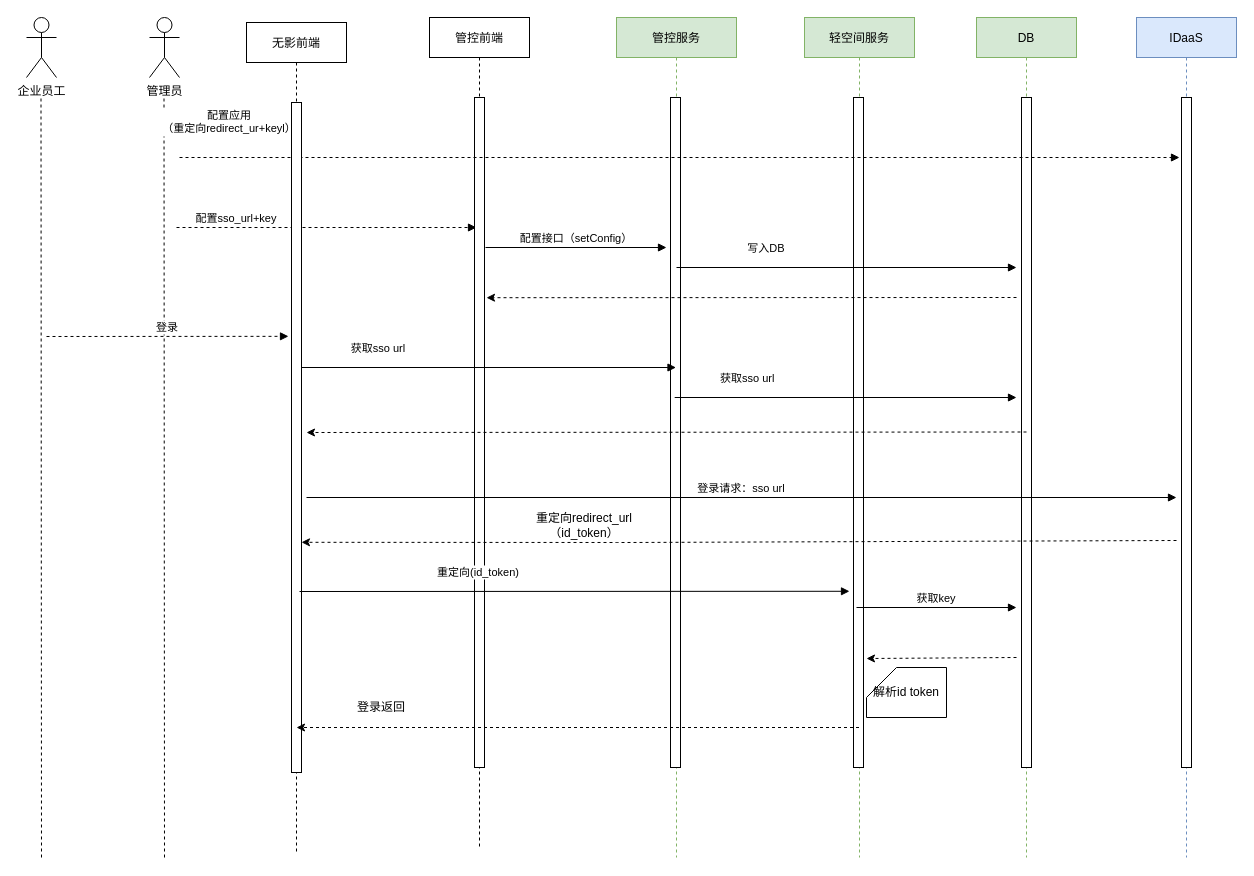
The draw.io diagram Idaas_flow.drawio in chenkangzeng/appstreaming, before the edit. Source tidied: cells renumbered, new cells numbered last; positions are measured from the earlier drawing's top-left corner, leaving out a move shared by most shapes. Both pictures are drawn from the tidied source at 100%, with x=0, y=0 at pixel (26, 17).
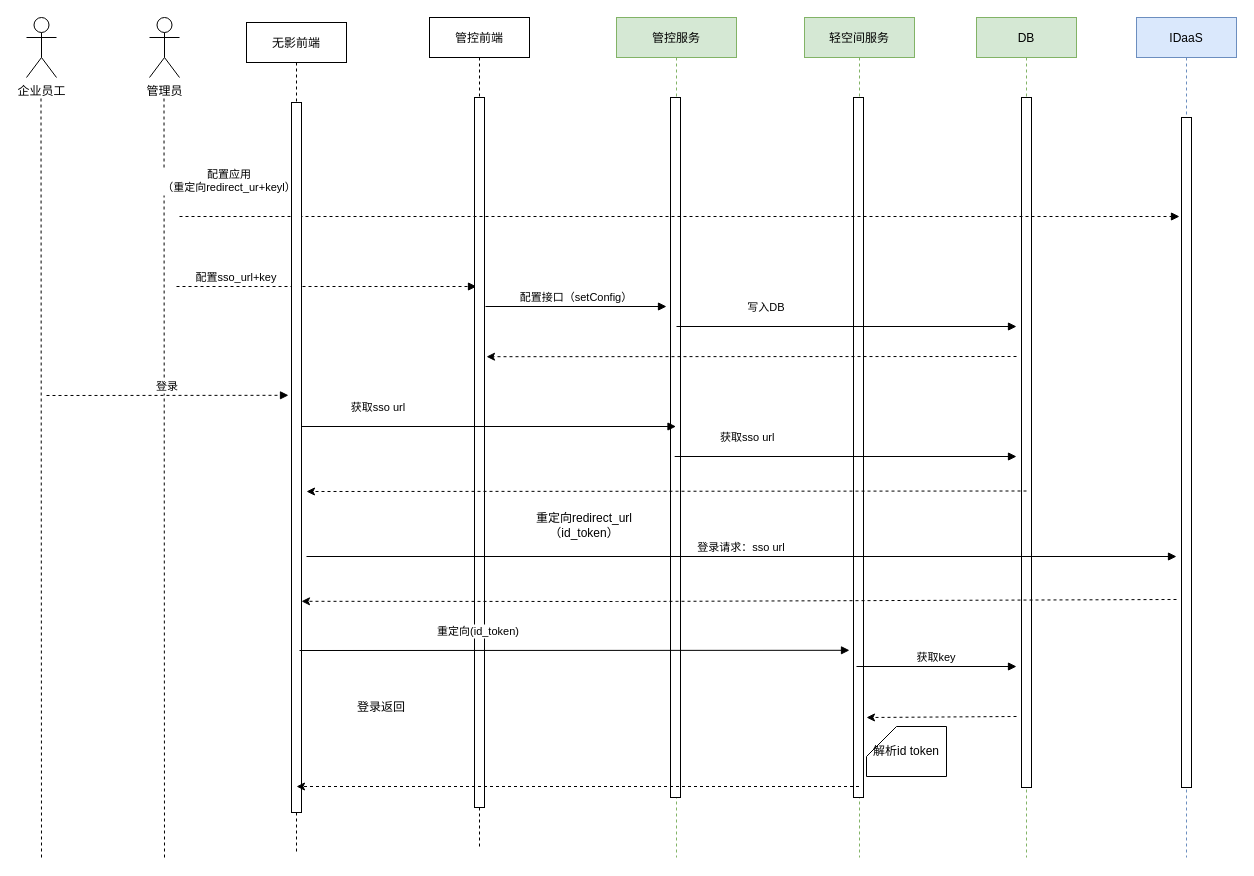
The same diagram, later.

The change refers to these unchanged cells:
```xml
<mxCell id="2" value="管控服务" style="shape=umlLifeline;perimeter=lifelinePerimeter;rounded=0;shadow=0;strokeWidth=1;fillColor=#d5e8d4;strokeColor=#82b366;" parent="1" vertex="1">
  <mxGeometry x="590" width="120" height="840" as="geometry" />
</mxCell>
<mxCell id="6" value="轻空间服务" style="shape=umlLifeline;perimeter=lifelinePerimeter;rounded=0;shadow=0;strokeWidth=1;fillColor=#d5e8d4;strokeColor=#82b366;" parent="1" vertex="1">
  <mxGeometry x="778" width="110" height="840" as="geometry" />
</mxCell>
<mxCell id="8" value="DB" style="shape=umlLifeline;perimeter=lifelinePerimeter;rounded=0;shadow=0;strokeWidth=1;fillColor=#d5e8d4;strokeColor=#82b366;" parent="1" vertex="1">
  <mxGeometry x="950" width="100" height="840" as="geometry" />
</mxCell>
<mxCell id="12" value="管控前端" style="shape=umlLifeline;perimeter=lifelinePerimeter;rounded=0;shadow=0;strokeWidth=1;" parent="1" vertex="1">
  <mxGeometry x="403" width="100" height="830" as="geometry" />
</mxCell>
<mxCell id="16" value="IDaaS" style="shape=umlLifeline;perimeter=lifelinePerimeter;rounded=0;shadow=0;strokeWidth=1;fillColor=#dae8fc;strokeColor=#6c8ebf;" parent="1" vertex="1">
  <mxGeometry x="1110" width="100" height="840" as="geometry" />
</mxCell>
<mxCell id="22" value="无影前端" style="shape=umlLifeline;perimeter=lifelinePerimeter;rounded=0;shadow=0;strokeWidth=1;" parent="1" vertex="1">
  <mxGeometry x="220" y="5" width="100" height="830" as="geometry" />
</mxCell>
```

What changed in the source:
```diff
@@
     <mxCell id="3" style="perimeter=orthogonalPerimeter;rounded=0;shadow=0;strokeWidth=1;" parent="2" vertex="1">
-      <mxGeometry x="54" y="80" width="10" height="670" as="geometry" />
+      <mxGeometry x="54" y="80" width="10" height="700" as="geometry" />
     </mxCell>
@@
     <mxCell id="7" style="points=[];perimeter=orthogonalPerimeter;rounded=0;shadow=0;strokeWidth=1;" parent="6" vertex="1">
-      <mxGeometry x="49" y="80" width="10" height="670" as="geometry" />
+      <mxGeometry x="49" y="80" width="10" height="700" as="geometry" />
     </mxCell>
@@
     <mxCell id="9" style="perimeter=orthogonalPerimeter;rounded=0;shadow=0;strokeWidth=1;" parent="8" vertex="1">
-      <mxGeometry x="45" y="80" width="10" height="670" as="geometry" />
+      <mxGeometry x="45" y="80" width="10" height="690" as="geometry" />
     </mxCell>
     <mxCell id="10" value="配置sso_url+key" style="verticalAlign=bottom;endArrow=block;shadow=0;strokeWidth=1;dashed=1;" parent="1" edge="1">
       <mxGeometry x="-0.6" relative="1" as="geometry">
-        <mxPoint x="150" y="210" as="sourcePoint" />
-        <mxPoint x="450" y="210" as="targetPoint" />
+        <mxPoint x="150" y="269" as="sourcePoint" />
+        <mxPoint x="450" y="269" as="targetPoint" />
       </mxGeometry>
     </mxCell>
-    <mxCell id="11" value="登录" style="verticalAlign=bottom;endArrow=block;shadow=0;strokeWidth=1;entryX=-0.3;entryY=0.349;entryDx=0;entryDy=0;entryPerimeter=0;dashed=1;" parent="1" edge="1" target="23">
+    <mxCell id="11" value="登录" style="verticalAlign=bottom;endArrow=block;shadow=0;strokeWidth=1;entryX=-0.3;entryY=0.349;entryDx=0;entryDy=0;entryPerimeter=0;dashed=1;" parent="1" edge="1">
       <mxGeometry relative="1" as="geometry">
-        <mxPoint x="20" y="319" as="sourcePoint" />
+        <mxPoint x="20" y="378" as="sourcePoint" />
+        <mxPoint x="262" y="377.8" as="targetPoint" />
       </mxGeometry>
     </mxCell>
@@
     <mxCell id="13" style="perimeter=orthogonalPerimeter;rounded=0;shadow=0;strokeWidth=1;" parent="12" vertex="1">
-      <mxGeometry x="45" y="80" width="10" height="670" as="geometry" />
+      <mxGeometry x="45" y="80" width="10" height="710" as="geometry" />
     </mxCell>
     <mxCell id="14" value="配置接口（setConfig）" style="verticalAlign=bottom;endArrow=block;shadow=0;strokeWidth=1;" parent="1" edge="1">
       <mxGeometry relative="1" as="geometry">
-        <mxPoint x="459" y="230" as="sourcePoint" />
-        <mxPoint x="640" y="230" as="targetPoint" />
+        <mxPoint x="459" y="289" as="sourcePoint" />
+        <mxPoint x="640" y="289" as="targetPoint" />
       </mxGeometry>
     </mxCell>
-    <mxCell id="15" value="获取sso url" style="verticalAlign=bottom;endArrow=block;shadow=0;strokeWidth=1;" parent="1" edge="1" target="2">
+    <mxCell id="15" value="获取sso url" style="verticalAlign=bottom;endArrow=block;shadow=0;strokeWidth=1;" parent="1" edge="1">
       <mxGeometry x="-0.57" y="10" relative="1" as="geometry">
-        <mxPoint x="270" y="350" as="sourcePoint" />
+        <mxPoint x="270" y="409" as="sourcePoint" />
+        <mxPoint x="649.5" y="409" as="targetPoint" />
       </mxGeometry>
     </mxCell>
@@
     <mxCell id="17" style="perimeter=orthogonalPerimeter;rounded=0;shadow=0;strokeWidth=1;" parent="16" vertex="1">
-      <mxGeometry x="45" y="80" width="10" height="670" as="geometry" />
+      <mxGeometry x="45" y="100" width="10" height="670" as="geometry" />
     </mxCell>
     <mxCell id="18" value="写入DB" style="verticalAlign=bottom;endArrow=block;shadow=0;strokeWidth=1;" parent="1" edge="1">
       <mxGeometry x="-0.47" y="10" relative="1" as="geometry">
-        <mxPoint x="650" y="250" as="sourcePoint" />
-        <mxPoint x="990" y="250" as="targetPoint" />
+        <mxPoint x="650" y="309" as="sourcePoint" />
+        <mxPoint x="990" y="309" as="targetPoint" />
       </mxGeometry>
     </mxCell>
@@
     <mxCell id="21" value="配置应用&#10;（重定向redirect_ur+keyl）" style="verticalAlign=bottom;endArrow=block;shadow=0;strokeWidth=1;dashed=1;" parent="1" edge="1">
       <mxGeometry x="-0.9" y="20" relative="1" as="geometry">
-        <mxPoint x="153" y="140" as="sourcePoint" />
-        <mxPoint x="1153" y="140" as="targetPoint" />
+        <mxPoint x="153" y="199" as="sourcePoint" />
+        <mxPoint x="1153" y="199" as="targetPoint" />
       </mxGeometry>
     </mxCell>
@@
     <mxCell id="23" style="points=[];perimeter=orthogonalPerimeter;rounded=0;shadow=0;strokeWidth=1;" parent="22" vertex="1">
-      <mxGeometry x="45" y="80" width="10" height="670" as="geometry" />
+      <mxGeometry x="45" y="80" width="10" height="710" as="geometry" />
     </mxCell>
     <mxCell id="24" value="获取sso url" style="verticalAlign=bottom;endArrow=block;shadow=0;strokeWidth=1;" parent="1" edge="1">
       <mxGeometry x="-0.57" y="10" relative="1" as="geometry">
-        <mxPoint x="648.2" y="380" as="sourcePoint" />
-        <mxPoint x="990" y="380" as="targetPoint" />
+        <mxPoint x="648.2" y="439" as="sourcePoint" />
+        <mxPoint x="990" y="439" as="targetPoint" />
       </mxGeometry>
     </mxCell>
     <mxCell id="25" style="endArrow=classic;html=1;entryX=0.57;entryY=0.205;entryDx=0;entryDy=0;entryPerimeter=0;dashed=1;" parent="1" edge="1">
       <mxGeometry relative="1" as="geometry">
-        <mxPoint x="990" y="280" as="sourcePoint" />
-        <mxPoint x="460" y="280.2" as="targetPoint" />
+        <mxPoint x="990" y="339" as="sourcePoint" />
+        <mxPoint x="460" y="339.2" as="targetPoint" />
       </mxGeometry>
     </mxCell>
     <mxCell id="26" style="endArrow=classic;html=1;dashed=1;" parent="1" edge="1">
       <mxGeometry relative="1" as="geometry">
-        <mxPoint x="1000" y="414.5" as="sourcePoint" />
-        <mxPoint x="280" y="415" as="targetPoint" />
+        <mxPoint x="1000" y="473.5" as="sourcePoint" />
+        <mxPoint x="280" y="474" as="targetPoint" />
       </mxGeometry>
     </mxCell>
     <mxCell id="27" value="登录请求：sso url" style="verticalAlign=bottom;endArrow=block;shadow=0;strokeWidth=1;" parent="1" edge="1">
       <mxGeometry relative="1" as="geometry">
-        <mxPoint x="280" y="480" as="sourcePoint" />
-        <mxPoint x="1150" y="480" as="targetPoint" />
+        <mxPoint x="280" y="539" as="sourcePoint" />
+        <mxPoint x="1150" y="539" as="targetPoint" />
       </mxGeometry>
     </mxCell>
     <mxCell id="28" style="endArrow=classic;html=1;dashed=1;entryX=1;entryY=0.652;entryDx=0;entryDy=0;entryPerimeter=0;" parent="1" edge="1">
       <mxGeometry relative="1" as="geometry">
-        <mxPoint x="1150" y="523" as="sourcePoint" />
-        <mxPoint x="275" y="524.8" as="targetPoint" />
+        <mxPoint x="1150" y="582" as="sourcePoint" />
+        <mxPoint x="275" y="583.8" as="targetPoint" />
         <Array as="points">
-          <mxPoint x="600" y="525" />
+          <mxPoint x="600" y="584" />
         </Array>
       </mxGeometry>
     </mxCell>
@@
-    <mxCell id="30" value="重定向(id_token)" style="verticalAlign=bottom;endArrow=block;shadow=0;strokeWidth=1;entryX=-0.4;entryY=0.737;entryDx=0;entryDy=0;entryPerimeter=0;" parent="1" edge="1" target="7">
+    <mxCell id="30" value="重定向(id_token)" style="verticalAlign=bottom;endArrow=block;shadow=0;strokeWidth=1;entryX=-0.4;entryY=0.737;entryDx=0;entryDy=0;entryPerimeter=0;" parent="1" edge="1">
       <mxGeometry x="-0.35" y="10" relative="1" as="geometry">
-        <mxPoint x="273" y="574" as="sourcePoint" />
+        <mxPoint x="273" y="633" as="sourcePoint" />
+        <mxPoint x="823" y="632.8" as="targetPoint" />
       </mxGeometry>
     </mxCell>
     <mxCell id="31" value="解析id token" style="shape=card;whiteSpace=wrap;html=1;" parent="1" vertex="1">
-      <mxGeometry x="840" y="650" width="80" height="50" as="geometry" />
+      <mxGeometry x="840" y="709" width="80" height="50" as="geometry" />
     </mxCell>
     <mxCell id="32" style="endArrow=classic;html=1;dashed=1;" parent="1" edge="1">
       <mxGeometry relative="1" as="geometry">
-        <mxPoint x="832.5" y="710" as="sourcePoint" />
-        <mxPoint x="270" y="710" as="targetPoint" />
+        <mxPoint x="832.5" y="769" as="sourcePoint" />
+        <mxPoint x="270" y="769" as="targetPoint" />
         <Array as="points">
-          <mxPoint x="490" y="710" />
+          <mxPoint x="490" y="769" />
         </Array>
       </mxGeometry>
     </mxCell>
@@
     <mxCell id="34" value="获取key" style="verticalAlign=bottom;endArrow=block;shadow=0;strokeWidth=1;" parent="1" edge="1">
       <mxGeometry relative="1" as="geometry">
-        <mxPoint x="830" y="590" as="sourcePoint" />
-        <mxPoint x="990" y="590" as="targetPoint" />
+        <mxPoint x="830" y="649" as="sourcePoint" />
+        <mxPoint x="990" y="649" as="targetPoint" />
       </mxGeometry>
     </mxCell>
     <mxCell id="35" style="endArrow=classic;html=1;dashed=1;" parent="1" edge="1">
       <mxGeometry relative="1" as="geometry">
-        <mxPoint x="990" y="640" as="sourcePoint" />
-        <mxPoint x="840" y="641" as="targetPoint" />
+        <mxPoint x="990" y="699" as="sourcePoint" />
+        <mxPoint x="840" y="700" as="targetPoint" />
       </mxGeometry>
     </mxCell>
```
